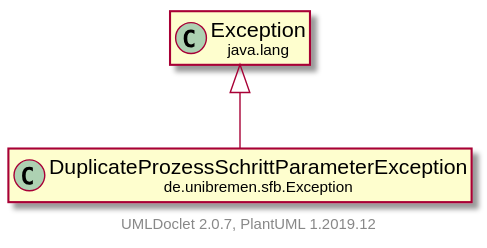
Earlier version of the PlantUML export doc/UML/modulsichtSVG/DuplicateProzessSchrittParameterException.svg (fkehlenb/softwareprojekt-2). Source of this version:
```plantuml
@startuml
    set namespaceSeparator none
    hide empty fields
    hide empty methods

    class "<size:14>DuplicateProzessSchrittParameterException\n<size:10>de.unibremen.sfb.Exception" as de.unibremen.sfb.Exception.DuplicateProzessSchrittParameterException [[DuplicateProzessSchrittParameterException.html]]

    class "<size:14>Exception\n<size:10>java.lang" as java.lang.Exception [[https://docs.oracle.com/en/java/javase/11/docs/api/java.base/java/lang/Exception.html?is-external=true]]

    java.lang.Exception <|-- de.unibremen.sfb.Exception.DuplicateProzessSchrittParameterException

    center footer UMLDoclet 2.0.7, PlantUML 1.2019.12
@enduml
```
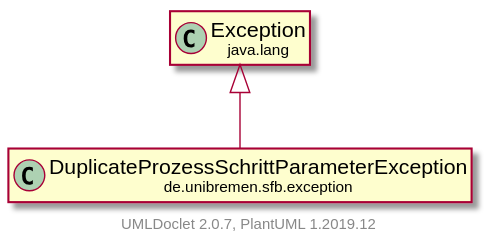
Above is the later version.

What changed in the source:
```diff
@@ -3,11 +3,11 @@
     hide empty fields
     hide empty methods
 
-    class "<size:14>DuplicateProzessSchrittParameterException\n<size:10>de.unibremen.sfb.Exception" as de.unibremen.sfb.Exception.DuplicateProzessSchrittParameterException [[DuplicateProzessSchrittParameterException.html]]
+    class "<size:14>DuplicateProzessSchrittParameterException\n<size:10>de.unibremen.sfb.exception" as de.unibremen.sfb.exception.DuplicateProzessSchrittParameterException [[DuplicateProzessSchrittParameterException.html]]
 
-    class "<size:14>Exception\n<size:10>java.lang" as java.lang.Exception [[https://docs.oracle.com/en/java/javase/11/docs/api/java.base/java/lang/Exception.html?is-external=true]]
+    class "<size:14>exception\n<size:10>java.lang" as java.lang.exception [[https://docs.oracle.com/en/java/javase/11/docs/api/java.base/java/lang/Exception.html?is-external=true]]
 
-    java.lang.Exception <|-- de.unibremen.sfb.Exception.DuplicateProzessSchrittParameterException
+    java.lang.exception <|-- de.unibremen.sfb.exception.DuplicateProzessSchrittParameterException
 
     center footer UMLDoclet 2.0.7, PlantUML 1.2019.12
 @enduml
```
